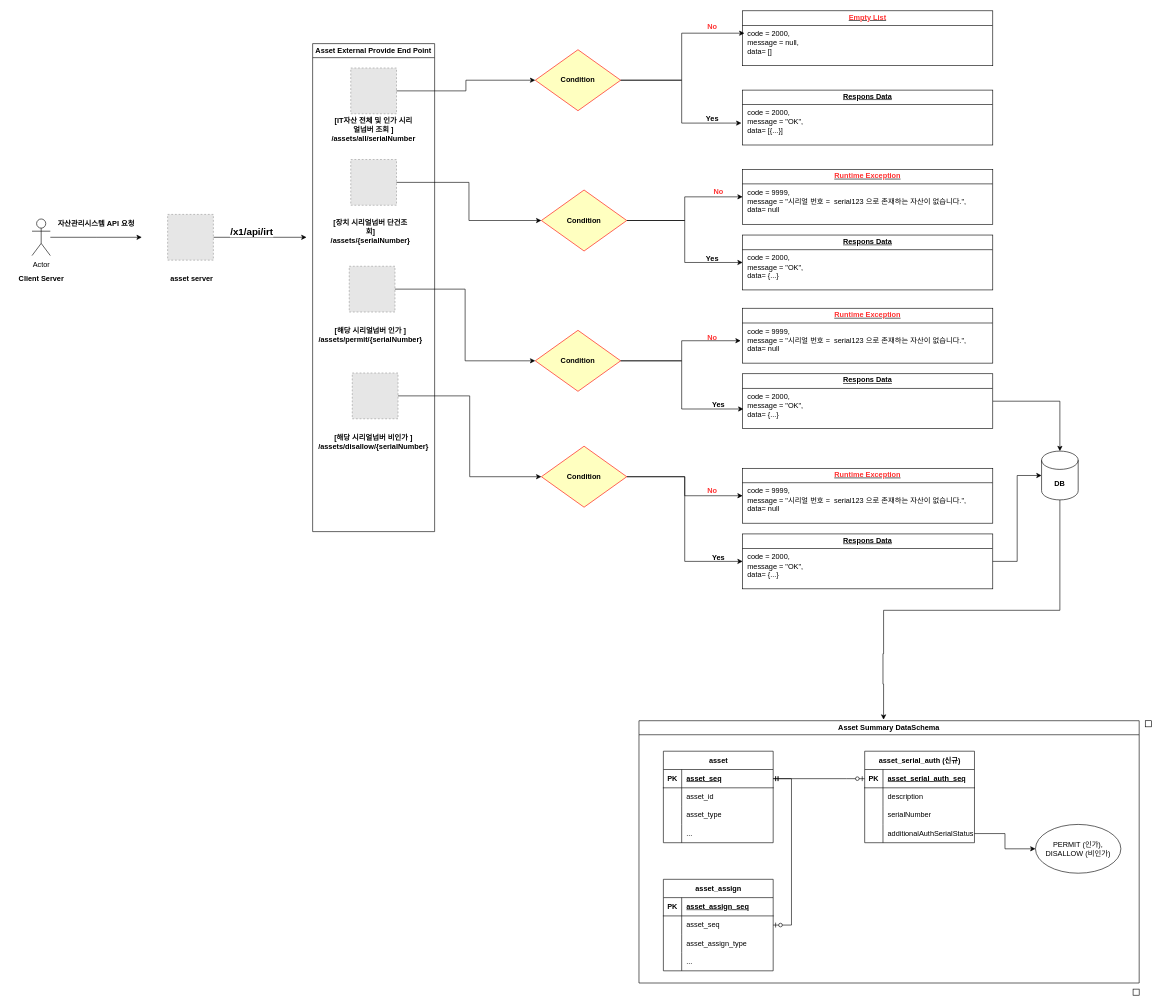
The draw.io diagram page "SOC_IRT_USECASE" (4 of 5) of 제목 없는 다이어그램.drawio in gojunghyo/erd_study, before the edit. Source tidied: cells renumbered, new cells numbered last; positions are measured from the earlier drawing's top-left corner, leaving out a move shared by most shapes. Both pictures are drawn from the tidied source at 61%, with x=0, y=0 at pixel (10, 10). Pictures stored in the file or linked from it are replaced by grey dashed boxes.
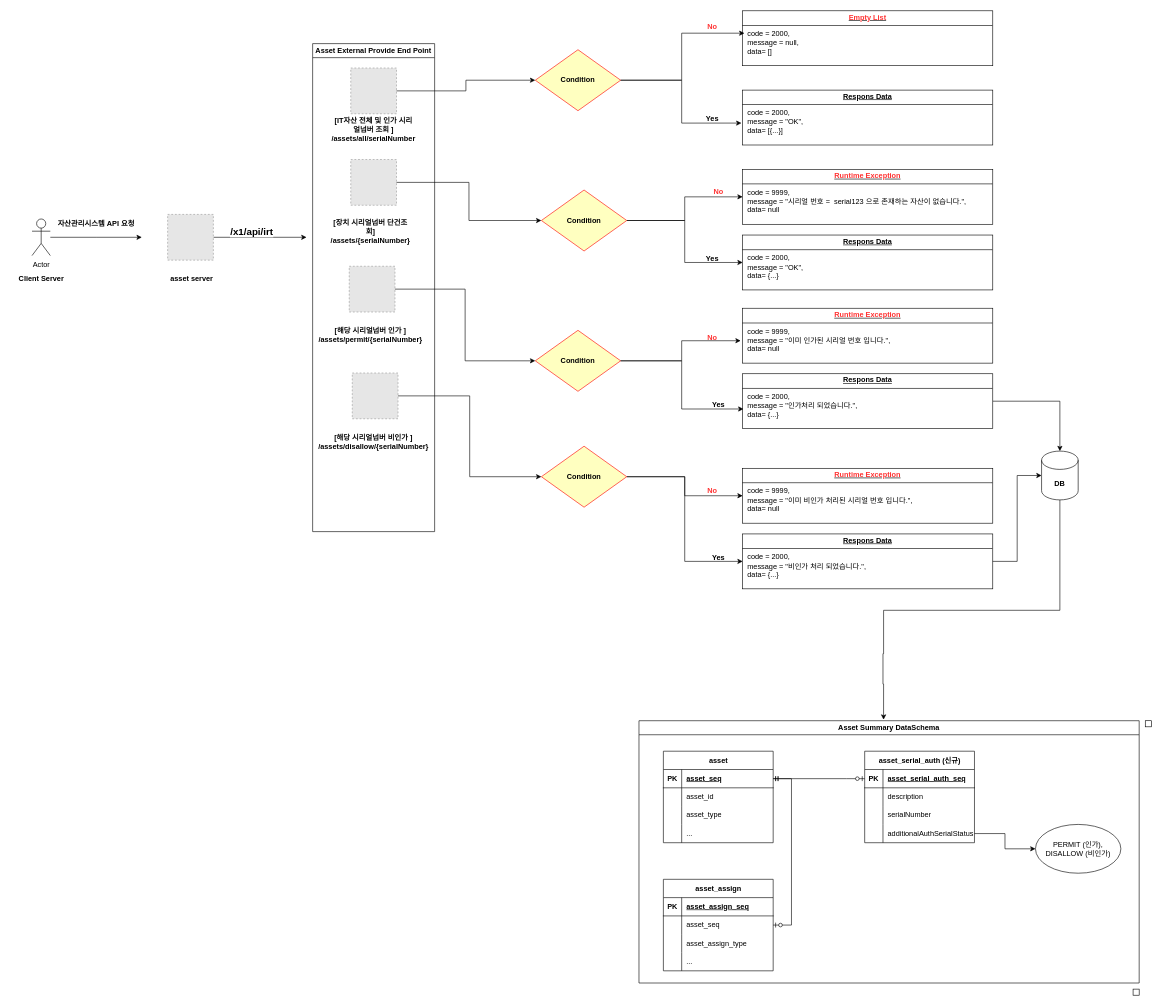
Above is the later version.

Commit message (it also covers changes not shown here):
제목 없는 다이어그램.drawio 업데이트

Change to the diagram source:
```diff
@@
-    <mxCell id="33" value="&lt;p style=&quot;margin:0px;margin-top:4px;text-align:center;text-decoration:underline;&quot;&gt;&lt;b&gt;Respons Data&lt;/b&gt;&lt;/p&gt;&lt;hr size=&quot;1&quot; style=&quot;border-style:solid;&quot;&gt;&lt;p style=&quot;margin:0px;margin-left:8px;&quot;&gt;code = 2000,&lt;br&gt;message = &quot;OK&quot;,&lt;br&gt;data= {...}&lt;br&gt;&lt;/p&gt;" style="verticalAlign=top;align=left;overflow=fill;html=1;whiteSpace=wrap;" parent="1" vertex="1">
+    <mxCell id="33" value="&lt;p style=&quot;margin:0px;margin-top:4px;text-align:center;text-decoration:underline;&quot;&gt;&lt;b&gt;Respons Data&lt;/b&gt;&lt;/p&gt;&lt;hr size=&quot;1&quot; style=&quot;border-style:solid;&quot;&gt;&lt;p style=&quot;margin:0px;margin-left:8px;&quot;&gt;code = 2000,&lt;br&gt;message = &quot;인가처리 되었습니다.&quot;,&lt;br&gt;data= {...}&lt;br&gt;&lt;/p&gt;" style="verticalAlign=top;align=left;overflow=fill;html=1;whiteSpace=wrap;" parent="1" vertex="1">
       <mxGeometry x="1200" y="595.2" width="410" height="90" as="geometry" />
     </mxCell>
-    <mxCell id="34" value="&lt;p style=&quot;margin:0px;margin-top:4px;text-align:center;text-decoration:underline;&quot;&gt;&lt;b&gt;&lt;font color=&quot;#ff3333&quot;&gt;Runtime Exception&lt;/font&gt;&lt;/b&gt;&lt;/p&gt;&lt;hr size=&quot;1&quot; style=&quot;border-style:solid;&quot;&gt;&lt;p style=&quot;margin:0px;margin-left:8px;&quot;&gt;code = 9999,&lt;br&gt;message = &quot;시리얼 번호 =&amp;nbsp; serial123 으로 존재하는 자산이 없습니다.&quot;,&lt;br&gt;data= null&lt;br&gt;&lt;/p&gt;" style="verticalAlign=top;align=left;overflow=fill;html=1;whiteSpace=wrap;" parent="1" vertex="1">
+    <mxCell id="34" value="&lt;p style=&quot;margin:0px;margin-top:4px;text-align:center;text-decoration:underline;&quot;&gt;&lt;b&gt;&lt;font color=&quot;#ff3333&quot;&gt;Runtime Exception&lt;/font&gt;&lt;/b&gt;&lt;/p&gt;&lt;hr size=&quot;1&quot; style=&quot;border-style:solid;&quot;&gt;&lt;p style=&quot;margin:0px;margin-left:8px;&quot;&gt;code = 9999,&lt;br&gt;message = &quot;이미 인가된 시리얼 번호 입니다.&quot;,&lt;br&gt;data= null&lt;br&gt;&lt;/p&gt;" style="verticalAlign=top;align=left;overflow=fill;html=1;whiteSpace=wrap;" parent="1" vertex="1">
       <mxGeometry x="1200" y="487.8" width="410" height="90" as="geometry" />
     </mxCell>
-    <mxCell id="35" value="&lt;p style=&quot;margin:0px;margin-top:4px;text-align:center;text-decoration:underline;&quot;&gt;&lt;b&gt;Respons Data&lt;/b&gt;&lt;/p&gt;&lt;hr size=&quot;1&quot; style=&quot;border-style:solid;&quot;&gt;&lt;p style=&quot;margin:0px;margin-left:8px;&quot;&gt;code = 2000,&lt;br&gt;message = &quot;OK&quot;,&lt;br&gt;data= {...}&lt;br&gt;&lt;/p&gt;" style="verticalAlign=top;align=left;overflow=fill;html=1;whiteSpace=wrap;" parent="1" vertex="1">
+    <mxCell id="35" value="&lt;p style=&quot;margin:0px;margin-top:4px;text-align:center;text-decoration:underline;&quot;&gt;&lt;b&gt;Respons Data&lt;/b&gt;&lt;/p&gt;&lt;hr size=&quot;1&quot; style=&quot;border-style:solid;&quot;&gt;&lt;p style=&quot;margin:0px;margin-left:8px;&quot;&gt;code = 2000,&lt;br&gt;message = &quot;비인가 처리 되었습니다.&quot;,&lt;br&gt;data= {...}&lt;br&gt;&lt;/p&gt;" style="verticalAlign=top;align=left;overflow=fill;html=1;whiteSpace=wrap;" parent="1" vertex="1">
       <mxGeometry x="1200" y="857.8" width="410" height="90" as="geometry" />
     </mxCell>
-    <mxCell id="36" value="&lt;p style=&quot;margin:0px;margin-top:4px;text-align:center;text-decoration:underline;&quot;&gt;&lt;b&gt;&lt;font color=&quot;#ff3333&quot;&gt;Runtime Exception&lt;/font&gt;&lt;/b&gt;&lt;/p&gt;&lt;hr size=&quot;1&quot; style=&quot;border-style:solid;&quot;&gt;&lt;p style=&quot;margin:0px;margin-left:8px;&quot;&gt;code = 9999,&lt;br&gt;message = &quot;시리얼 번호 =&amp;nbsp; serial123 으로 존재하는 자산이 없습니다.&quot;,&lt;br&gt;data= null&lt;br&gt;&lt;/p&gt;" style="verticalAlign=top;align=left;overflow=fill;html=1;whiteSpace=wrap;" parent="1" vertex="1">
+    <mxCell id="36" value="&lt;p style=&quot;margin:0px;margin-top:4px;text-align:center;text-decoration:underline;&quot;&gt;&lt;b&gt;&lt;font color=&quot;#ff3333&quot;&gt;Runtime Exception&lt;/font&gt;&lt;/b&gt;&lt;/p&gt;&lt;hr size=&quot;1&quot; style=&quot;border-style:solid;&quot;&gt;&lt;p style=&quot;margin:0px;margin-left:8px;&quot;&gt;code = 9999,&lt;br&gt;message = &quot;이미 비인가 처리된 시리얼 번호 입니다.&quot;,&lt;br&gt;data= null&lt;br&gt;&lt;/p&gt;" style="verticalAlign=top;align=left;overflow=fill;html=1;whiteSpace=wrap;" parent="1" vertex="1">
       <mxGeometry x="1200" y="750.2" width="410" height="90" as="geometry" />
     </mxCell>
```
